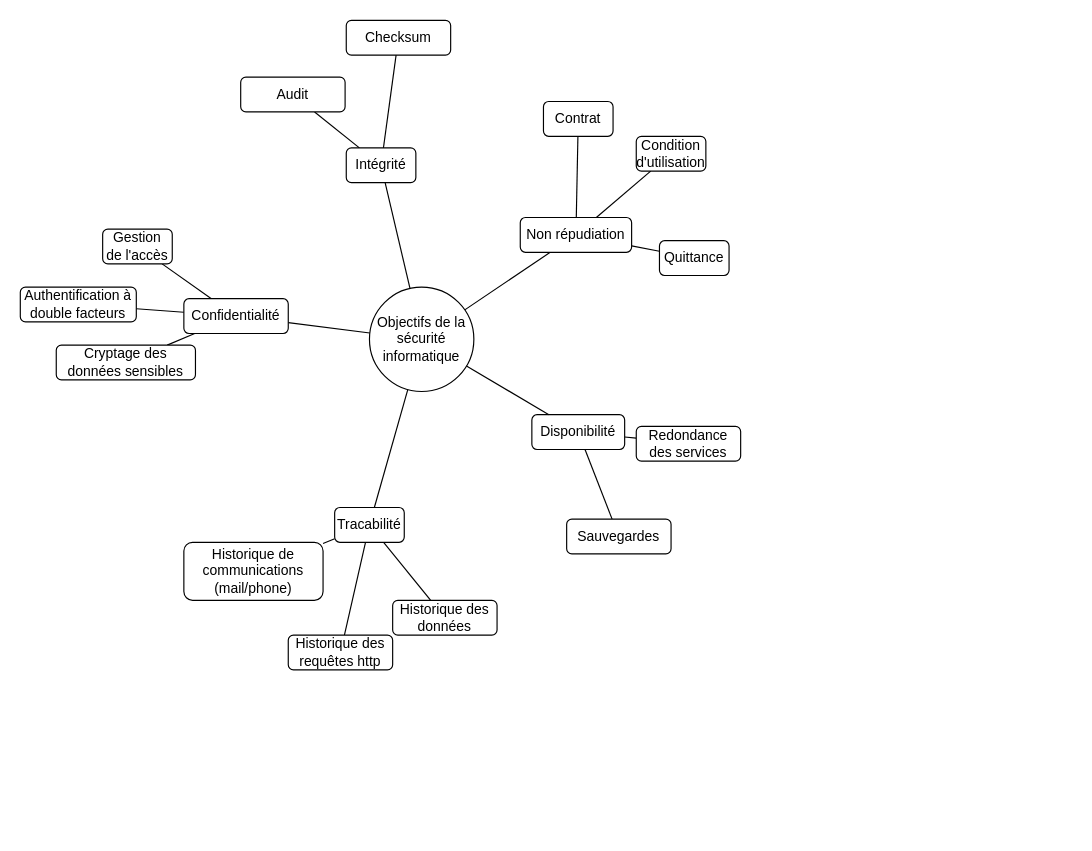
Above: ICT/182/objectif_securite.drawio in Mondotosz/CPNV (draw.io), before the change. Source tidied: cells renumbered, new cells numbered last; positions are measured from the earlier drawing's top-left corner, leaving out a move shared by most shapes. Both pictures are drawn from the tidied source at 116%, with x=0, y=0 at pixel (20, 20).
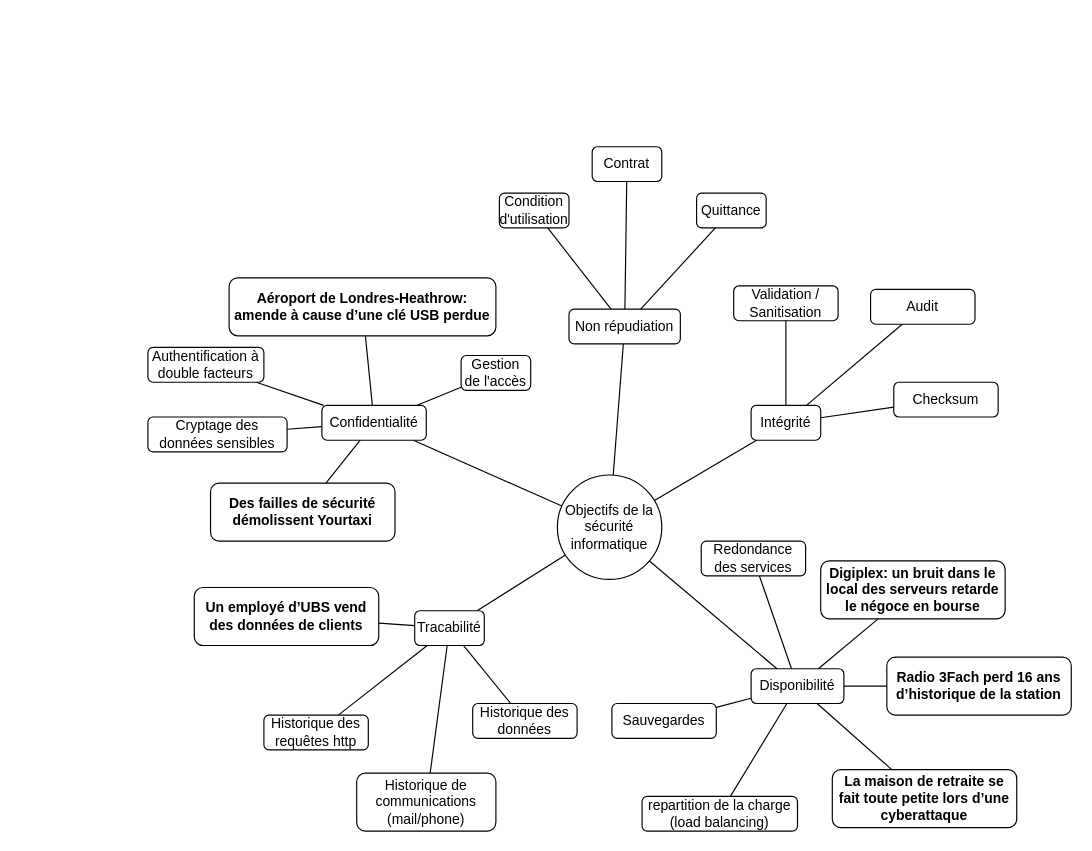
The same page after the edit.

Change to the diagram source:
```diff
@@
     <mxCell id="4" value="Intégrité" style="rounded=1;whiteSpace=wrap;html=1;" parent="1" vertex="1">
-      <mxGeometry x="281" y="110" width="60" height="30" as="geometry" />
+      <mxGeometry x="630" y="332" width="60" height="30" as="geometry" />
     </mxCell>
@@
     <mxCell id="8" value="Objectifs de la sécurité informatique" style="ellipse;whiteSpace=wrap;html=1;" parent="1" vertex="1">
-      <mxGeometry x="301" y="230" width="90" height="90" as="geometry" />
+      <mxGeometry x="463" y="392" width="90" height="90" as="geometry" />
     </mxCell>
@@
-    <mxCell id="11" style="edgeStyle=none;rounded=0;jettySize=auto;html=1;endArrow=none;endFill=0;" parent="1" edge="1" source="12" target="38">
+    <mxCell id="11" style="edgeStyle=none;rounded=0;jettySize=auto;html=1;endArrow=none;endFill=0;noEdgeStyle=1;" parent="1" edge="1" source="12" target="38">
       <mxGeometry relative="1" as="geometry" />
     </mxCell>
     <mxCell id="12" value="Confidentialité" style="rounded=1;whiteSpace=wrap;html=1;" parent="1" vertex="1">
-      <mxGeometry x="141" y="240" width="90" height="30" as="geometry" />
+      <mxGeometry x="260" y="332" width="90" height="30" as="geometry" />
     </mxCell>
@@
     <mxCell id="15" value="Disponibilité" style="rounded=1;whiteSpace=wrap;html=1;" parent="1" vertex="1">
-      <mxGeometry x="441" y="340" width="80" height="30" as="geometry" />
+      <mxGeometry x="630" y="559" width="80" height="30" as="geometry" />
     </mxCell>
@@
     <mxCell id="18" value="Non répudiation" style="rounded=1;whiteSpace=wrap;html=1;" parent="1" vertex="1">
-      <mxGeometry x="431" y="170" width="96" height="30" as="geometry" />
+      <mxGeometry x="473" y="249" width="96" height="30" as="geometry" />
     </mxCell>
@@
     <mxCell id="22" value="Tracabilité" style="rounded=1;whiteSpace=wrap;html=1;" parent="1" vertex="1">
-      <mxGeometry x="271" y="420" width="60" height="30" as="geometry" />
+      <mxGeometry x="340" y="509" width="60" height="30" as="geometry" />
     </mxCell>
@@
     <mxCell id="25" value="Historique des requêtes http" style="rounded=1;whiteSpace=wrap;html=1;" parent="1" vertex="1">
-      <mxGeometry x="231" y="530" width="90" height="30" as="geometry" />
+      <mxGeometry x="210" y="599" width="90" height="30" as="geometry" />
     </mxCell>
     <mxCell id="26" value="Historique des données" style="rounded=1;whiteSpace=wrap;html=1;" parent="1" vertex="1">
-      <mxGeometry x="321" y="500" width="90" height="30" as="geometry" />
+      <mxGeometry x="390" y="589" width="90" height="30" as="geometry" />
     </mxCell>
     <mxCell id="27" value="Historique de communications (mail/phone)" style="rounded=1;whiteSpace=wrap;html=1;" parent="1" vertex="1">
-      <mxGeometry x="141" y="450" width="120" height="50" as="geometry" />
+      <mxGeometry x="290" y="649" width="120" height="50" as="geometry" />
     </mxCell>
     <mxCell id="28" value="Cryptage des données sensibles" style="rounded=1;whiteSpace=wrap;html=1;" parent="1" vertex="1">
-      <mxGeometry x="31" y="280" width="120" height="30" as="geometry" />
+      <mxGeometry x="110" y="342" width="120" height="30" as="geometry" />
     </mxCell>
     <mxCell id="29" value="Gestion de l'accès" style="rounded=1;whiteSpace=wrap;html=1;" parent="1" vertex="1">
-      <mxGeometry x="71" y="180" width="60" height="30" as="geometry" />
+      <mxGeometry x="380" y="289" width="60" height="30" as="geometry" />
     </mxCell>
     <mxCell id="30" value="Contrat" style="rounded=1;whiteSpace=wrap;html=1;" parent="1" vertex="1">
-      <mxGeometry x="451" y="70" width="60" height="30" as="geometry" />
+      <mxGeometry x="493" y="109" width="60" height="30" as="geometry" />
     </mxCell>
     <mxCell id="31" value="Condition d'utilisation" style="rounded=1;whiteSpace=wrap;html=1;" parent="1" vertex="1">
-      <mxGeometry x="531" y="100" width="60" height="30" as="geometry" />
+      <mxGeometry x="413" y="149" width="60" height="30" as="geometry" />
     </mxCell>
     <mxCell id="32" value="Redondance des services" style="rounded=1;whiteSpace=wrap;html=1;" parent="1" vertex="1">
-      <mxGeometry x="531" y="350" width="90" height="30" as="geometry" />
+      <mxGeometry x="587" y="449" width="90" height="30" as="geometry" />
     </mxCell>
     <mxCell id="33" value="Sauvegardes" style="rounded=1;whiteSpace=wrap;html=1;" parent="1" vertex="1">
-      <mxGeometry x="471" y="430" width="90" height="30" as="geometry" />
+      <mxGeometry x="510" y="589" width="90" height="30" as="geometry" />
     </mxCell>
     <mxCell id="34" value="Checksum" style="rounded=1;whiteSpace=wrap;html=1;" parent="1" vertex="1">
-      <mxGeometry x="281" width="90" height="30" as="geometry" />
+      <mxGeometry x="753" y="312" width="90" height="30" as="geometry" />
     </mxCell>
     <mxCell id="35" value="Audit" style="rounded=1;whiteSpace=wrap;html=1;" parent="1" vertex="1">
-      <mxGeometry x="190" y="49" width="90" height="30" as="geometry" />
+      <mxGeometry x="733" y="232" width="90" height="30" as="geometry" />
     </mxCell>
     <mxCell id="36" value="Quittance" style="rounded=1;whiteSpace=wrap;html=1;" parent="1" vertex="1">
-      <mxGeometry x="551" y="190" width="60" height="30" as="geometry" />
+      <mxGeometry x="583" y="149" width="60" height="30" as="geometry" />
     </mxCell>
@@
     <mxCell id="38" value="Authentification à double facteurs" style="rounded=1;whiteSpace=wrap;html=1;" parent="1" vertex="1">
-      <mxGeometry y="230" width="100" height="30" as="geometry" />
+      <mxGeometry x="110" y="282" width="100" height="30" as="geometry" />
     </mxCell>
+    <mxCell id="39" value="repartition de la charge (load balancing)" style="rounded=1;whiteSpace=wrap;html=1;" parent="1" vertex="1">
+      <mxGeometry x="536" y="669" width="134" height="30" as="geometry" />
+    </mxCell>
+    <mxCell id="40" style="edgeStyle=none;rounded=0;jettySize=auto;html=1;endArrow=none;endFill=0;noEdgeStyle=1;" parent="1" edge="1" source="15" target="39">
+      <mxGeometry relative="1" as="geometry" />
+    </mxCell>
+    <mxCell id="41" value="Validation / Sanitisation" style="rounded=1;whiteSpace=wrap;html=1;" parent="1" vertex="1">
+      <mxGeometry x="615" y="229" width="90" height="30" as="geometry" />
+    </mxCell>
+    <mxCell id="42" style="edgeStyle=none;rounded=0;jettySize=auto;html=1;endArrow=none;endFill=0;noEdgeStyle=1;" parent="1" edge="1" source="4" target="41">
+      <mxGeometry relative="1" as="geometry" />
+    </mxCell>
+    <mxCell id="43" value="&lt;span style=&quot;font-weight: 600&quot; class=&quot;notion-enable-hover&quot;&gt;Aéroport de Londres-Heathrow: amende à cause d’une clé USB perdue&lt;/span&gt;" style="rounded=1;whiteSpace=wrap;html=1;" parent="1" vertex="1">
+      <mxGeometry x="180" y="222" width="230" height="50" as="geometry" />
+    </mxCell>
+    <mxCell id="44" style="edgeStyle=none;rounded=0;jettySize=auto;html=1;endArrow=none;endFill=0;noEdgeStyle=1;" parent="1" edge="1" source="12" target="43">
+      <mxGeometry relative="1" as="geometry" />
+    </mxCell>
+    <mxCell id="45" value="&lt;span style=&quot;font-weight: 600&quot; class=&quot;notion-enable-hover&quot;&gt;Des failles de sécurité démolissent Yourtaxi&lt;/span&gt;" style="rounded=1;whiteSpace=wrap;html=1;" parent="1" vertex="1">
+      <mxGeometry x="164" y="399" width="159" height="50" as="geometry" />
+    </mxCell>
+    <mxCell id="46" style="edgeStyle=none;rounded=0;jettySize=auto;html=1;endArrow=none;endFill=0;noEdgeStyle=1;" parent="1" edge="1" source="12" target="45">
+      <mxGeometry relative="1" as="geometry" />
+    </mxCell>
+    <mxCell id="47" value="&lt;span style=&quot;font-weight: 600&quot; class=&quot;notion-enable-hover&quot;&gt;Radio 3Fach perd 16 ans d’historique de la station&lt;/span&gt;" style="rounded=1;whiteSpace=wrap;html=1;" parent="1" vertex="1">
+      <mxGeometry x="747" y="549" width="159" height="50" as="geometry" />
+    </mxCell>
+    <mxCell id="48" style="edgeStyle=none;rounded=0;jettySize=auto;html=1;endArrow=none;endFill=0;noEdgeStyle=1;" parent="1" edge="1" source="15" target="47">
+      <mxGeometry relative="1" as="geometry" />
+    </mxCell>
+    <mxCell id="49" value="&lt;span style=&quot;font-weight: 600&quot; class=&quot;notion-enable-hover&quot;&gt;Digiplex: un bruit dans le local des serveurs retarde le négoce en bourse&lt;/span&gt;" style="rounded=1;whiteSpace=wrap;html=1;" parent="1" vertex="1">
+      <mxGeometry x="690" y="466" width="159" height="50" as="geometry" />
+    </mxCell>
+    <mxCell id="50" style="edgeStyle=none;rounded=0;jettySize=auto;html=1;endArrow=none;endFill=0;noEdgeStyle=1;" parent="1" edge="1" source="15" target="49">
+      <mxGeometry relative="1" as="geometry" />
+    </mxCell>
+    <mxCell id="51" value="&lt;span style=&quot;font-weight: 600&quot; class=&quot;notion-enable-hover&quot;&gt;La maison de retraite se fait toute petite lors d’une cyberattaque&lt;/span&gt;" style="rounded=1;whiteSpace=wrap;html=1;" parent="1" vertex="1">
+      <mxGeometry x="700" y="646" width="159" height="50" as="geometry" />
+    </mxCell>
+    <mxCell id="52" style="edgeStyle=none;rounded=0;jettySize=auto;html=1;endArrow=none;endFill=0;noEdgeStyle=1;" parent="1" edge="1" source="15" target="51">
+      <mxGeometry relative="1" as="geometry" />
+    </mxCell>
+    <mxCell id="53" value="&lt;span style=&quot;font-weight: 600&quot; class=&quot;notion-enable-hover&quot;&gt;Un employé d’UBS vend des données de clients&lt;/span&gt;" style="rounded=1;whiteSpace=wrap;html=1;" parent="1" vertex="1">
+      <mxGeometry x="150" y="489" width="159" height="50" as="geometry" />
+    </mxCell>
+    <mxCell id="54" style="edgeStyle=none;rounded=0;jettySize=auto;html=1;endArrow=none;endFill=0;noEdgeStyle=1;" parent="1" edge="1" source="22" target="53">
+      <mxGeometry relative="1" as="geometry" />
+    </mxCell>
```
